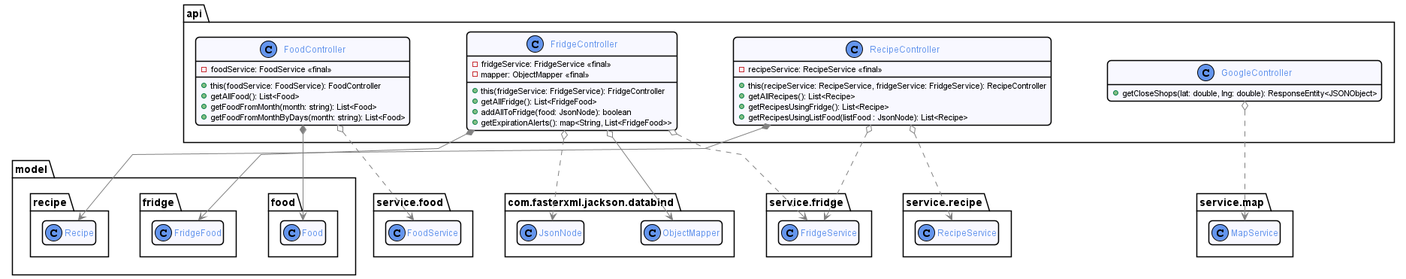
The PlantUML diagram docs/diagram/out/api.png in romainvacheret/wadge-backend, before a commit.
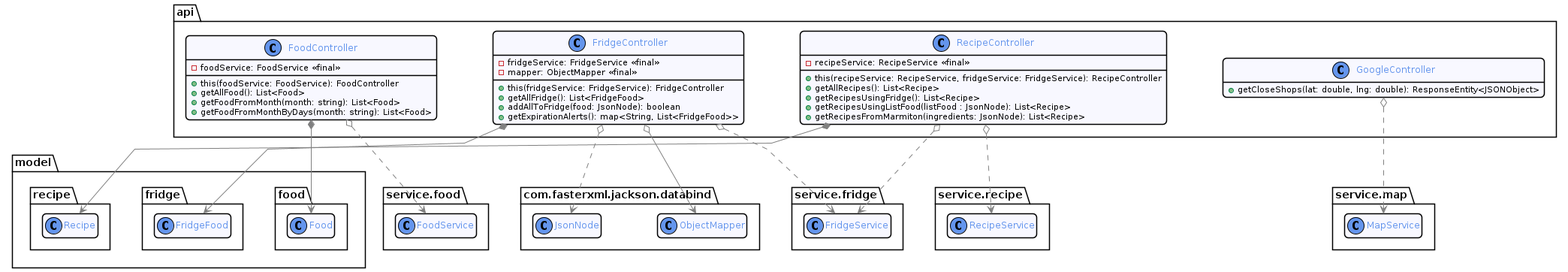
The same diagram one commit later.

Change to the diagram source:
```diff
@@ -60,14 +60,12 @@
         + getAllRecipes(): List<Recipe>
         + getRecipesUsingFridge(): List<Recipe>
         + getRecipesUsingListFood(listFood : JsonNode): List<Recipe>
+        + getRecipesFromMarmiton(ingredients: JsonNode): List<Recipe>
     }
 
     class GoogleController {
         + getCloseShops(lat: double, lng: double): ResponseEntity<JSONObject>
     }
-
-
-
 }
 
 GoogleController o..> MapService
```
